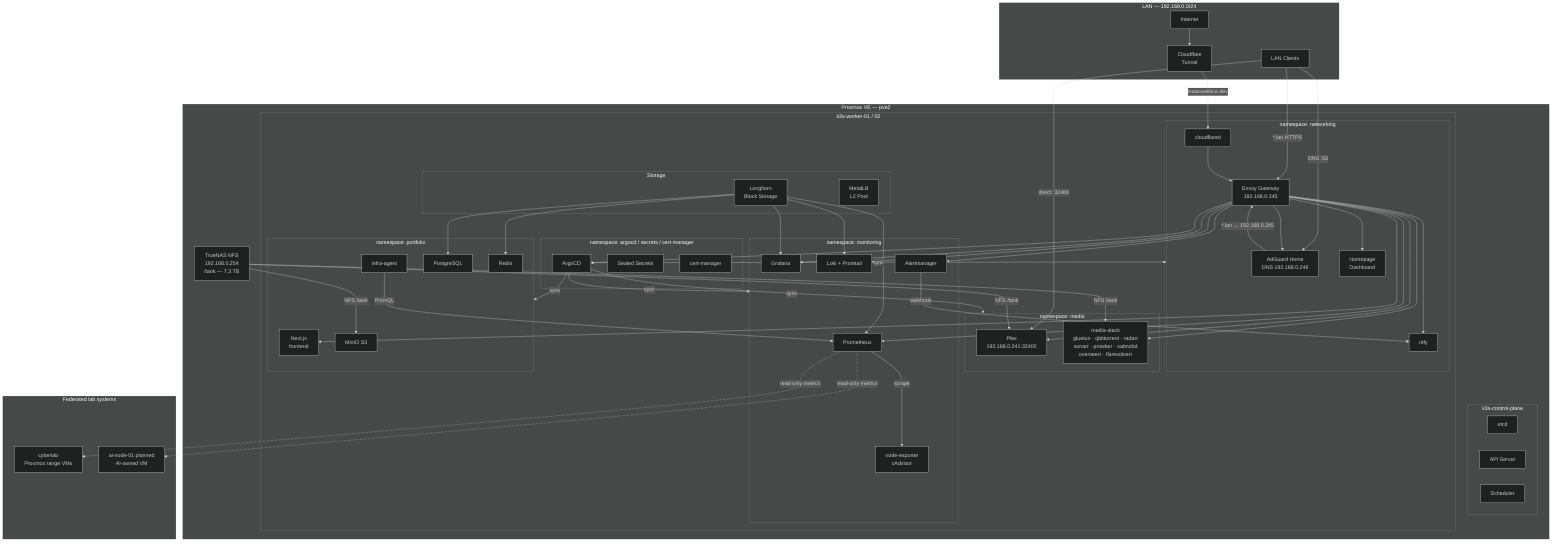
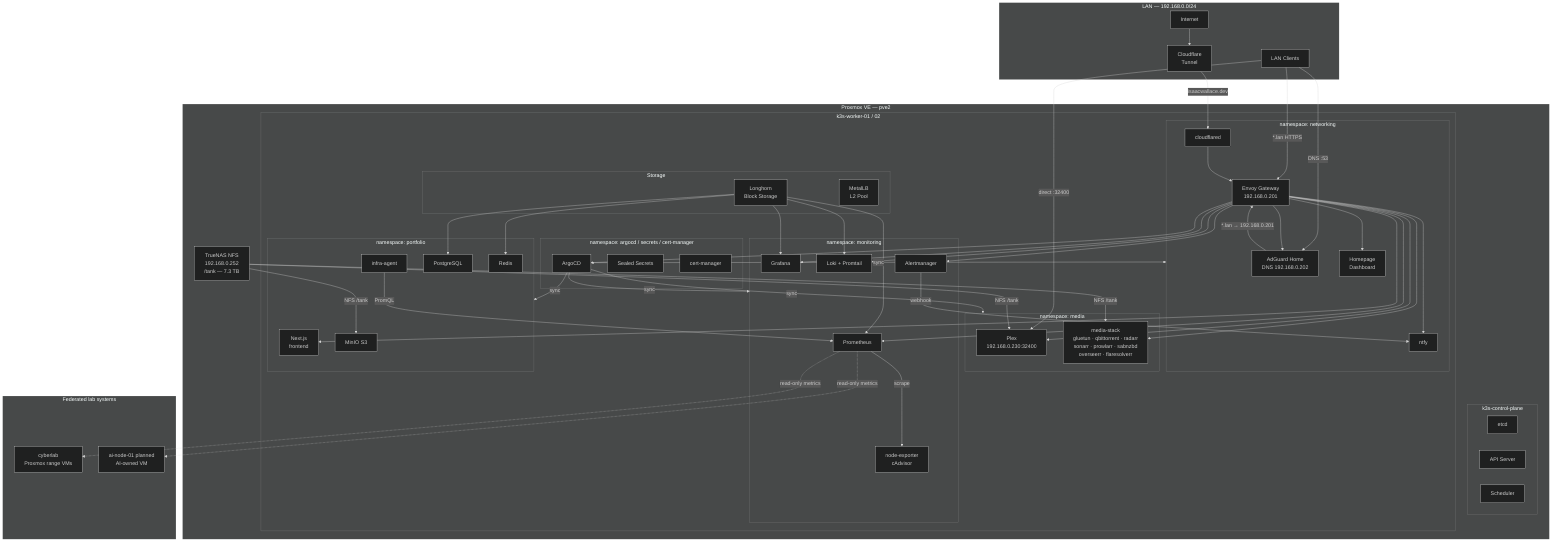
%%{ init: { "theme": "dark" } }%%
flowchart TB
    subgraph LAN["LAN — 192.168.0.0/24"]
        Client["LAN Clients"]
        Internet["Internet"]
        CF["Cloudflare\nTunnel"]
    end

    subgraph Proxmox["Proxmox VE — pve2"]
-         TrueNAS["TrueNAS NFS\n192.168.0.254\n/tank — 7.3 TB"]
+         TrueNAS["TrueNAS NFS\n192.168.0.252\n/tank — 7.3 TB"]

        subgraph CP["k3s-control-plane"]
            ETCD["etcd"]
            API["API Server"]
            Sched["Scheduler"]
        end

        subgraph Workers["k3s-worker-01 / 02"]
            subgraph ns_networking["namespace: networking"]
-                 EnvoyGW["Envoy Gateway\n192.168.0.245"]
-                 AdGuard["AdGuard Home\nDNS 192.168.0.246"]
+                 EnvoyGW["Envoy Gateway\n192.168.0.201"]
+                 AdGuard["AdGuard Home\nDNS 192.168.0.202"]
                Homepage["Homepage\nDashboard"]
                Cloudflared["cloudflared"]
                ntfy["ntfy"]
            end

            subgraph ns_media["namespace: media"]
-                 Plex["Plex\n192.168.0.241:32400"]
+                 Plex["Plex\n192.168.0.230:32400"]
                MediaStack["media-stack\ngluetun · qbittorrent · radarr\nsonarr · prowlarr · sabnzbd\noverseerr · flaresolverr"]
            end

            subgraph ns_monitoring["namespace: monitoring"]
                Prometheus["Prometheus"]
                Grafana["Grafana"]
                Loki["Loki + Promtail"]
                Alertmanager["Alertmanager"]
                NodeExp["node-exporter\ncAdvisor"]
            end

            subgraph ns_portfolio["namespace: portfolio"]
                Frontend["Next.js\nfrontend"]
                InfraAgent["infra-agent"]
                Postgres["PostgreSQL"]
                Redis["Redis"]
                MinIO["MinIO S3"]
            end

            subgraph ns_infra["namespace: argocd / secrets / cert-manager"]
                ArgoCD["ArgoCD"]
                SealedSecrets["Sealed Secrets"]
                CertMgr["cert-manager"]
            end

            subgraph storage["Storage"]
                Longhorn["Longhorn\nBlock Storage"]
                MetalLB["MetalLB\nL2 Pool"]
            end
        end
    end

    subgraph FederatedLabs["Federated lab systems"]
        Cyberlab["cyberlab\nProxmox range VMs"]
        AINode["ai-node-01 planned\nAI-owned VM"]
    end

    Client -->|"*.lan HTTPS"| EnvoyGW
    Client -->|"DNS :53"| AdGuard
-     AdGuard -->|"*.lan → 192.168.0.245"| EnvoyGW
+     AdGuard -->|"*.lan → 192.168.0.201"| EnvoyGW
    Internet --> CF
    CF -->|"isaacwallace.dev"| Cloudflared
    Cloudflared --> EnvoyGW

    EnvoyGW --> Homepage
    EnvoyGW --> AdGuard
    EnvoyGW --> ntfy
    EnvoyGW --> ArgoCD
    EnvoyGW --> Grafana
    EnvoyGW --> Prometheus
    EnvoyGW --> Alertmanager
    EnvoyGW --> Loki
    EnvoyGW --> Plex
    EnvoyGW --> MediaStack
    EnvoyGW --> Frontend
    Client -->|"direct :32400"| Plex

    InfraAgent -->|"PromQL"| Prometheus
    Alertmanager -->|"webhook"| ntfy
    Prometheus -->|"scrape"| NodeExp
    Prometheus -.->|"read-only metrics"| Cyberlab
    Prometheus -.->|"read-only metrics"| AINode

    Longhorn --> Prometheus
    Longhorn --> Grafana
    Longhorn --> Loki
    Longhorn --> Postgres
    Longhorn --> Redis

    TrueNAS -->|"NFS /tank"| MediaStack
    TrueNAS -->|"NFS /tank"| Plex
    TrueNAS -->|"NFS /tank"| MinIO

    ArgoCD -->|"sync"| ns_networking
    ArgoCD -->|"sync"| ns_media
    ArgoCD -->|"sync"| ns_monitoring
    ArgoCD -->|"sync"| ns_portfolio
